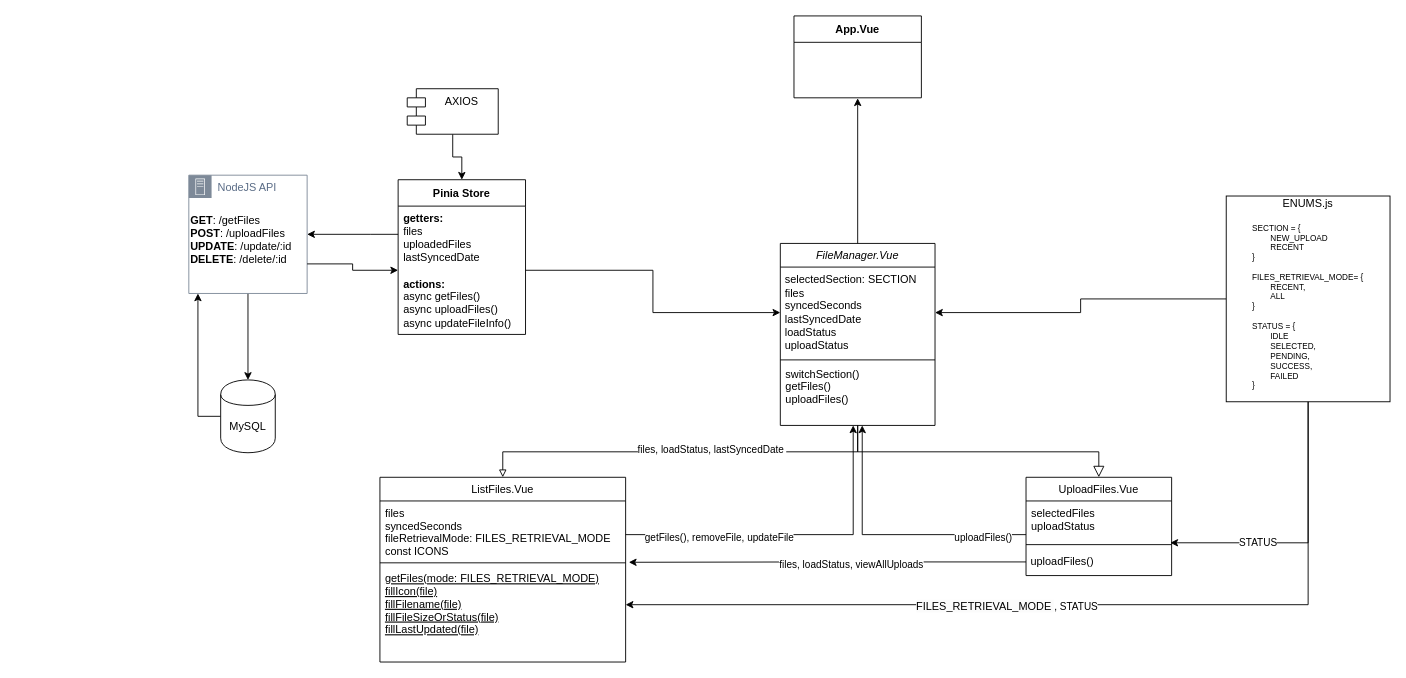
Above: Untitled Diagram.drawio in hishamfangs/frontend (draw.io), before the change. Source tidied: cells renumbered, new cells numbered last; positions are measured from the earlier drawing's top-left corner, leaving out a move shared by most shapes. Both pictures are drawn from the tidied source at 91%, with x=0, y=0 at pixel (188, 15).
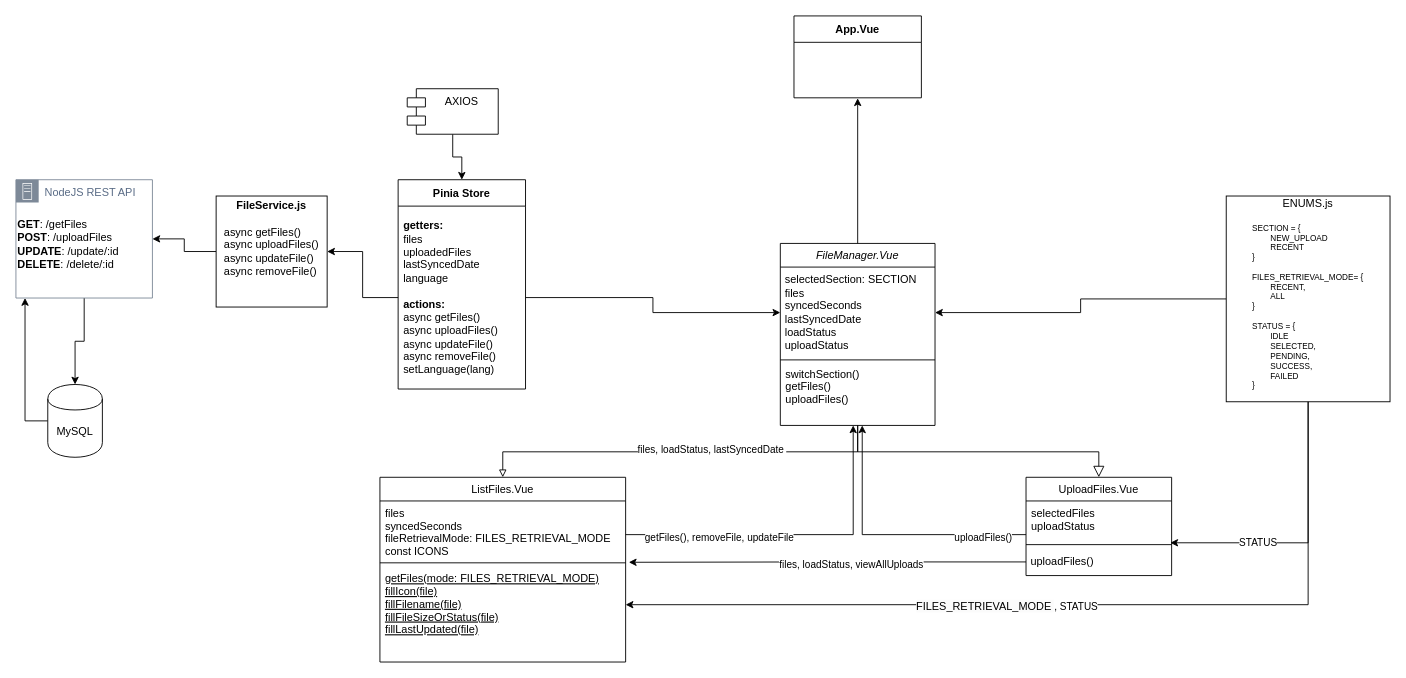
The same diagram, later.

The edit, as a diff of the source:
```diff
@@
     <mxCell id="20" style="edgeStyle=orthogonalEdgeStyle;rounded=0;jettySize=auto;html=1;" parent="1" edge="1" source="21" target="27">
       <mxGeometry relative="1" as="geometry">
         <Array as="points">
-          <mxPoint x="10" y="440" />
+          <mxPoint x="-180" y="445" />
         </Array>
       </mxGeometry>
     </mxCell>
     <mxCell id="21" value="MySQL" style="shape=cylinder;whiteSpace=wrap;html=1;boundedLbl=1;backgroundOutline=1;" parent="1" vertex="1">
-      <mxGeometry x="35" y="400" width="60" height="80" as="geometry" />
+      <mxGeometry x="-155" y="405" width="60" height="80" as="geometry" />
     </mxCell>
     <mxCell id="22" value="Pinia Store" style="swimlane;fontStyle=1;align=center;verticalAlign=middle;horizontal=1;startSize=29;html=1;whiteSpace=wrap;" parent="1" vertex="1">
-      <mxGeometry x="230" y="180" width="140" height="170" as="geometry" />
+      <mxGeometry x="230" y="180" width="140" height="230" as="geometry" />
     </mxCell>
-    <mxCell id="23" value="&lt;b&gt;getters:&lt;/b&gt;&lt;br&gt;files&lt;br&gt;uploadedFiles&lt;br&gt;lastSyncedDate&lt;br&gt;&lt;br&gt;&lt;b&gt;actions:&lt;/b&gt;&lt;br&gt;async getFiles()&lt;br&gt;&lt;span style=&quot;background-color: initial;&quot;&gt;async&amp;nbsp;uploadFiles()&lt;/span&gt;&lt;br&gt;async&amp;nbsp;updateFileInfo()" style="text;html=1;strokeColor=none;fillColor=none;align=left;verticalAlign=middle;spacingLeft=4;spacingRight=4;overflow=hidden;points=[[0,0.5],[1,0.5]];portConstraint=eastwest;whiteSpace=wrap;" parent="22" vertex="1">
-      <mxGeometry y="29" width="140" height="141" as="geometry" />
+    <mxCell id="23" value="&lt;b&gt;getters:&lt;/b&gt;&lt;br&gt;files&lt;br&gt;uploadedFiles&lt;br&gt;lastSyncedDate&lt;br&gt;language&lt;br&gt;&lt;br&gt;&lt;b&gt;actions:&lt;/b&gt;&lt;br&gt;async getFiles()&lt;br&gt;&lt;span style=&quot;background-color: initial;&quot;&gt;async&amp;nbsp;uploadFiles()&lt;/span&gt;&lt;br&gt;async&amp;nbsp;updateFile()&lt;br&gt;async removeFile()&lt;div&gt;setLanguage(lang)&lt;/div&gt;" style="text;html=1;strokeColor=none;fillColor=none;align=left;verticalAlign=middle;spacingLeft=4;spacingRight=4;overflow=hidden;points=[[0,0.5],[1,0.5]];portConstraint=eastwest;whiteSpace=wrap;" parent="22" vertex="1">
+      <mxGeometry y="29" width="140" height="201" as="geometry" />
     </mxCell>
@@
-    <mxCell id="27" value="NodeJS API" style="points=[[0,0],[0.25,0],[0.5,0],[0.75,0],[1,0],[1,0.25],[1,0.5],[1,0.75],[1,1],[0.75,1],[0.5,1],[0.25,1],[0,1],[0,0.75],[0,0.5],[0,0.25]];outlineConnect=0;gradientColor=none;html=1;whiteSpace=wrap;fontSize=12;fontStyle=0;shape=mxgraph.aws4.group;grIcon=mxgraph.aws4.group_on_premise;strokeColor=#7D8998;fillColor=none;verticalAlign=top;align=left;spacingLeft=30;fontColor=#5A6C86;dashed=0;" parent="1" vertex="1">
-      <mxGeometry y="175" width="130" height="130" as="geometry" />
+    <mxCell id="27" value="NodeJS REST API" style="points=[[0,0],[0.25,0],[0.5,0],[0.75,0],[1,0],[1,0.25],[1,0.5],[1,0.75],[1,1],[0.75,1],[0.5,1],[0.25,1],[0,1],[0,0.75],[0,0.5],[0,0.25]];outlineConnect=0;gradientColor=none;html=1;whiteSpace=wrap;fontSize=12;fontStyle=0;shape=mxgraph.aws4.group;grIcon=mxgraph.aws4.group_on_premise;strokeColor=#7D8998;fillColor=none;verticalAlign=top;align=left;spacingLeft=30;fontColor=#5A6C86;dashed=0;" parent="1" vertex="1">
+      <mxGeometry x="-190" y="180" width="150" height="130" as="geometry" />
     </mxCell>
@@
-    <mxCell id="29" style="edgeStyle=orthogonalEdgeStyle;rounded=0;jettySize=auto;html=1;entryX=1;entryY=0.5;entryDx=0;entryDy=0;" parent="1" edge="1" source="23" target="27">
-      <mxGeometry relative="1" as="geometry">
-        <Array as="points">
-          <mxPoint x="200" y="240" />
-          <mxPoint x="200" y="240" />
-        </Array>
-      </mxGeometry>
-    </mxCell>
-    <mxCell id="30" style="edgeStyle=orthogonalEdgeStyle;rounded=0;jettySize=auto;html=1;exitX=1;exitY=0.75;exitDx=0;exitDy=0;entryX=0;entryY=0.5;entryDx=0;entryDy=0;" parent="1" edge="1" source="27" target="23">
-      <mxGeometry relative="1" as="geometry" />
-    </mxCell>
@@
+    <mxCell id="44" style="edgeStyle=orthogonalEdgeStyle;rounded=0;jettySize=auto;html=1;" parent="1" edge="1" source="45" target="27">
+      <mxGeometry relative="1" as="geometry" />
+    </mxCell>
+    <mxCell id="45" value="&lt;b&gt;FileService.js&lt;/b&gt;&lt;br&gt;&lt;div&gt;&lt;div style=&quot;text-align: left;&quot;&gt;&lt;br&gt;&lt;/div&gt;&lt;span style=&quot;&quot;&gt;&lt;div style=&quot;text-align: left;&quot;&gt;&lt;span style=&quot;background-color: initial;&quot;&gt;async getFiles()&lt;/span&gt;&lt;/div&gt;&lt;/span&gt;&lt;span style=&quot;background-color: initial;&quot;&gt;&lt;div style=&quot;text-align: left;&quot;&gt;&lt;span style=&quot;background-color: initial;&quot;&gt;async&amp;nbsp;uploadFiles()&lt;/span&gt;&lt;/div&gt;&lt;/span&gt;&lt;span style=&quot;&quot;&gt;&lt;div style=&quot;text-align: left;&quot;&gt;&lt;span style=&quot;background-color: initial;&quot;&gt;async&amp;nbsp;updateFile()&lt;/span&gt;&lt;/div&gt;&lt;/span&gt;&lt;span style=&quot;&quot;&gt;&lt;div style=&quot;text-align: left;&quot;&gt;&lt;span style=&quot;background-color: initial;&quot;&gt;async removeFile()&lt;/span&gt;&lt;/div&gt;&lt;/span&gt;&lt;div style=&quot;text-align: left;&quot;&gt;&lt;br&gt;&lt;/div&gt;&lt;br&gt;&lt;/div&gt;" style="whiteSpace=wrap;html=1;" parent="1" vertex="1">
+      <mxGeometry x="30" y="197.9" width="122" height="122" as="geometry" />
+    </mxCell>
+    <mxCell id="46" style="edgeStyle=orthogonalEdgeStyle;rounded=0;jettySize=auto;html=1;" parent="1" edge="1" source="23" target="45">
+      <mxGeometry relative="1" as="geometry" />
+    </mxCell>
```
